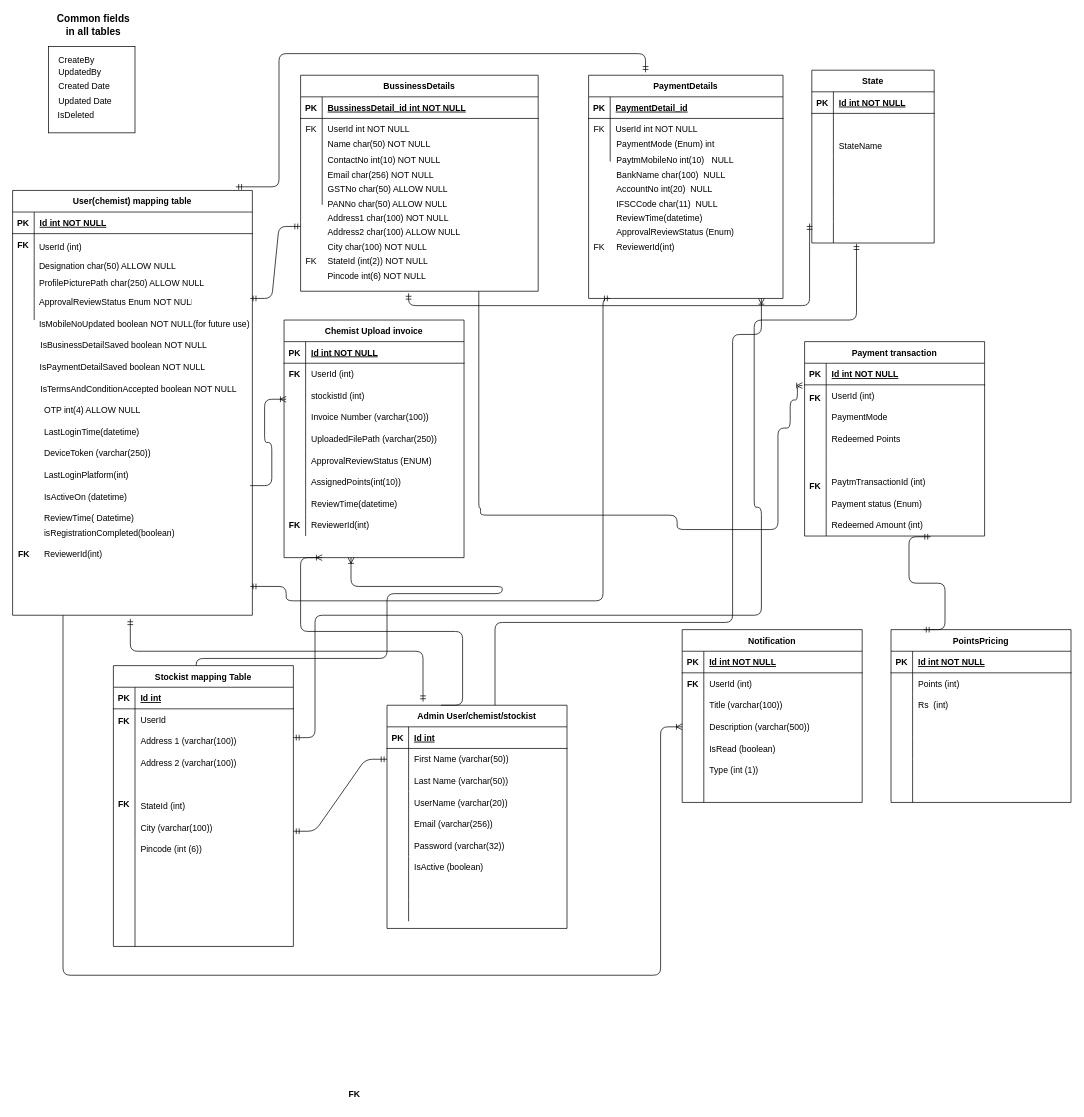
Earlier version of the draw.io diagram ProfitorERD.drawio (NirikshaSoni/TestProject). Source tidied: cells renumbered, new cells numbered last; positions are measured from the earlier drawing's top-left corner, leaving out a move shared by most shapes. Both pictures are drawn from the tidied source at 72%, with x=0, y=0 at pixel (12, 17).
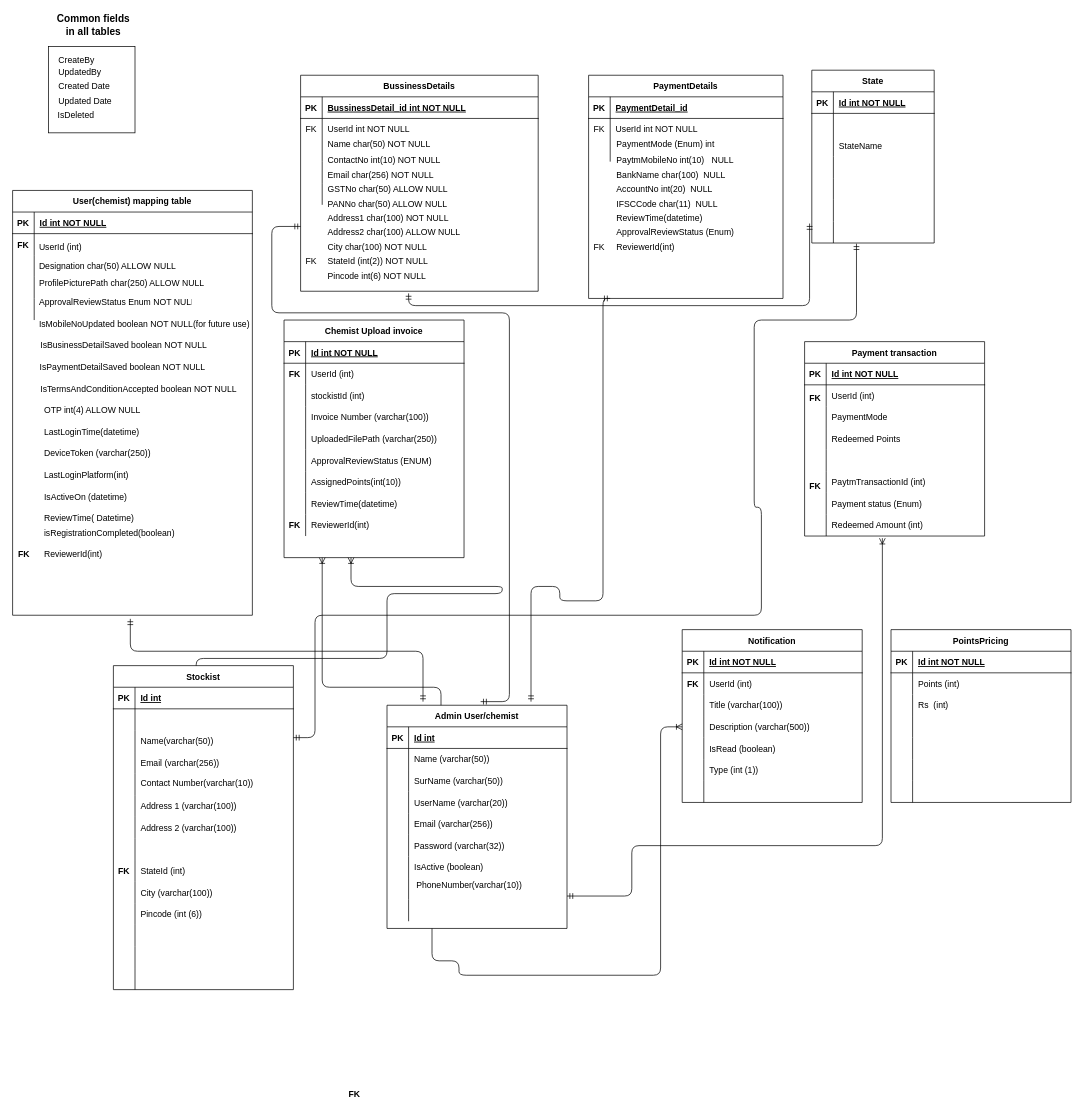
Above is the later version.

Unchanged cells that the change refers to:
```xml
<mxCell id="7" style="shape=partialRectangle;fillColor=none;points=[[0,0.5],[1,0.5]];portConstraint=eastwest;top=0;left=0;right=0;bottom=0;" parent="3" vertex="1">
  <mxGeometry y="60" width="250" height="30" as="geometry" />
</mxCell>
<mxCell id="10" style="shape=partialRectangle;fillColor=none;top=0;left=0;right=0;bottom=0;" parent="3" vertex="1">
  <mxGeometry y="90" width="250" height="30" as="geometry" />
</mxCell>
<mxCell id="64" style="shape=partialRectangle;fillColor=none;points=[[0,0.5],[1,0.5]];portConstraint=eastwest;top=0;left=0;right=0;bottom=0;" parent="60" vertex="1">
  <mxGeometry y="60" width="250" height="30" as="geometry" />
</mxCell>
<mxCell id="82" style="shape=partialRectangle;fillColor=none;points=[[0,0.5],[1,0.5]];portConstraint=eastwest;top=0;left=0;right=0;bottom=0;" parent="60" vertex="1">
  <mxGeometry y="240" width="250" height="30" as="geometry" />
</mxCell>
<mxCell id="95" style="shape=partialRectangle;fillColor=none;points=[[0,0.5],[1,0.5]];portConstraint=eastwest;top=0;left=0;right=0;bottom=0;" parent="85" vertex="1">
  <mxGeometry y="120" width="250" height="30" as="geometry" />
</mxCell>
<mxCell id="153" value="BussinessDetails" style="shape=table;startSize=30;childLayout=tableLayout;rowLines=0;fontStyle=1;align=center;" parent="1" vertex="1">
  <mxGeometry x="400" y="80" width="330" height="300" as="geometry" />
</mxCell>
<mxCell id="179" value="PaymentDetails" style="shape=table;startSize=30;childLayout=tableLayout;rowLines=0;fontStyle=1;align=center;" parent="1" vertex="1">
  <mxGeometry x="800" y="80" width="270" height="310" as="geometry" />
</mxCell>
<mxCell id="252" style="shape=partialRectangle;fillColor=none;top=0;left=0;right=0;bottom=0;" parent="248" vertex="1">
  <mxGeometry y="60" width="250" height="30" as="geometry" />
</mxCell>
```

Change to the diagram source:
```diff
@@
-    <mxCell id="3" value="Admin User/chemist/stockist" style="shape=table;startSize=30;childLayout=tableLayout;rowLines=0;fontStyle=1;align=center;" parent="1" vertex="1">
+    <mxCell id="3" value="Admin User/chemist" style="shape=table;startSize=30;childLayout=tableLayout;rowLines=0;fontStyle=1;align=center;" parent="1" vertex="1">
       <mxGeometry x="520" y="955" width="250" height="310" as="geometry" />
     </mxCell>
@@
-    <mxCell id="9" value="First Name (varchar(50))" style="shape=partialRectangle;overflow=hidden;fillColor=none;top=0;left=0;bottom=0;right=0;align=left;spacingLeft=6;" parent="7" vertex="1">
+    <mxCell id="9" value="Name (varchar(50))" style="shape=partialRectangle;overflow=hidden;fillColor=none;top=0;left=0;bottom=0;right=0;align=left;spacingLeft=6;" parent="7" vertex="1">
       <mxGeometry x="30" width="220" height="30" as="geometry" />
     </mxCell>
@@
-    <mxCell id="12" value="Last Name (varchar(50))" style="shape=partialRectangle;overflow=hidden;fillColor=none;top=0;left=0;bottom=0;right=0;align=left;spacingLeft=6;" parent="10" vertex="1">
+    <mxCell id="12" value="SurName (varchar(50))" style="shape=partialRectangle;overflow=hidden;fillColor=none;top=0;left=0;bottom=0;right=0;align=left;spacingLeft=6;" parent="10" vertex="1">
       <mxGeometry x="30" width="220" height="30" as="geometry" />
     </mxCell>
@@
-    <mxCell id="203" style="edgeStyle=entityRelationEdgeStyle;fontSize=12;html=1;endArrow=ERmandOne;startArrow=ERmandOne;" parent="1" edge="1">
+    <mxCell id="203" style="edgeStyle=orthogonalEdgeStyle;fontSize=12;html=1;endArrow=ERmandOne;startArrow=ERmandOne;" parent="1" edge="1">
       <mxGeometry relative="1" as="geometry">
-        <mxPoint x="330" y="390" as="sourcePoint" />
+        <mxPoint x="650" y="950" as="sourcePoint" />
         <mxPoint x="400" y="290" as="targetPoint" />
+        <Array as="points">
+          <mxPoint x="690" y="950" />
+          <mxPoint x="690" y="410" />
+          <mxPoint x="360" y="410" />
+          <mxPoint x="360" y="290" />
+        </Array>
       </mxGeometry>
     </mxCell>
-    <mxCell id="204" style="edgeStyle=orthogonalEdgeStyle;fontSize=12;html=1;endArrow=ERmandOne;startArrow=ERmandOne;entryX=0.293;entryY=-0.013;entryDx=0;entryDy=0;entryPerimeter=0;" parent="1" edge="1" target="179">
-      <mxGeometry relative="1" as="geometry">
-        <mxPoint x="310" y="235" as="sourcePoint" />
-        <Array as="points">
-          <mxPoint x="370" y="235" />
-          <mxPoint x="370" y="50" />
-          <mxPoint x="879" y="50" />
-        </Array>
-      </mxGeometry>
-    </mxCell>
-    <mxCell id="205" style="edgeStyle=entityRelationEdgeStyle;fontSize=12;html=1;endArrow=ERoneToMany;" parent="1" edge="1">
-      <mxGeometry relative="1" as="geometry">
-        <mxPoint x="330" y="650" as="sourcePoint" />
-        <mxPoint x="380" y="530" as="targetPoint" />
-      </mxGeometry>
-    </mxCell>
@@
-    <mxCell id="207" style="edgeStyle=orthogonalEdgeStyle;fontSize=12;html=1;endArrow=ERoneToMany;exitX=0.75;exitY=1;exitDx=0;exitDy=0;entryX=-0.012;entryY=0.033;entryDx=0;entryDy=0;entryPerimeter=0;" parent="1" edge="1" source="153" target="64">
-      <mxGeometry relative="1" as="geometry">
-        <Array as="points">
-          <mxPoint x="648" y="681" />
-          <mxPoint x="650" y="681" />
-          <mxPoint x="650" y="691" />
-          <mxPoint x="923" y="691" />
-          <mxPoint x="923" y="711" />
-          <mxPoint x="1063" y="711" />
-          <mxPoint x="1063" y="570" />
-          <mxPoint x="1080" y="570" />
-          <mxPoint x="1080" y="531" />
-          <mxPoint x="1090" y="531" />
-          <mxPoint x="1090" y="511" />
-        </Array>
-      </mxGeometry>
-    </mxCell>
@@
-    <mxCell id="214" style="edgeStyle=orthogonalEdgeStyle;fontSize=12;html=1;endArrow=ERoneToMany;entryX=0;entryY=0.5;entryDx=0;entryDy=0;" parent="1" edge="1" target="95">
+    <mxCell id="214" style="edgeStyle=orthogonalEdgeStyle;fontSize=12;html=1;endArrow=ERoneToMany;entryX=0;entryY=0.5;entryDx=0;entryDy=0;exitX=0.25;exitY=1;exitDx=0;exitDy=0;" parent="1" edge="1" source="3" target="95">
       <mxGeometry relative="1" as="geometry">
-        <mxPoint x="70" y="830" as="sourcePoint" />
         <Array as="points">
-          <mxPoint x="70" y="1330" />
+          <mxPoint x="583" y="1310" />
+          <mxPoint x="620" y="1310" />
+          <mxPoint x="620" y="1330" />
           <mxPoint x="900" y="1330" />
           <mxPoint x="900" y="985" />
         </Array>
       </mxGeometry>
     </mxCell>
@@
     <mxCell id="218" style="edgeStyle=orthogonalEdgeStyle;fontSize=12;html=1;endArrow=ERmandOne;startArrow=ERmandOne;" parent="1" edge="1">
       <mxGeometry relative="1" as="geometry">
-        <mxPoint x="330" y="790" as="sourcePoint" />
+        <mxPoint x="720" y="950" as="sourcePoint" />
         <mxPoint x="830" y="390" as="targetPoint" />
         <Array as="points">
-          <mxPoint x="380" y="790" />
-          <mxPoint x="380" y="810" />
+          <mxPoint x="720" y="790" />
+          <mxPoint x="760" y="790" />
+          <mxPoint x="760" y="810" />
           <mxPoint x="820" y="810" />
+          <mxPoint x="820" y="390" />
         </Array>
       </mxGeometry>
     </mxCell>
-    <mxCell id="219" style="edgeStyle=entityRelationEdgeStyle;fontSize=12;html=1;endArrow=ERoneToMany;" parent="1" edge="1">
+    <mxCell id="219" style="edgeStyle=orthogonalEdgeStyle;fontSize=12;html=1;endArrow=ERoneToMany;" parent="1" edge="1">
       <mxGeometry relative="1" as="geometry">
         <mxPoint x="595" y="955" as="sourcePoint" />
         <mxPoint x="430" y="750" as="targetPoint" />
+        <Array as="points">
+          <mxPoint x="595" y="930" />
+          <mxPoint x="430" y="930" />
+        </Array>
       </mxGeometry>
     </mxCell>
-    <mxCell id="220" style="edgeStyle=orthogonalEdgeStyle;fontSize=12;html=1;endArrow=ERoneToMany;" parent="1" edge="1">
-      <mxGeometry relative="1" as="geometry">
-        <mxPoint x="670" y="955" as="sourcePoint" />
-        <mxPoint x="1040" y="390" as="targetPoint" />
-        <Array as="points">
-          <mxPoint x="670" y="840" />
-          <mxPoint x="1000" y="840" />
-          <mxPoint x="1000" y="440" />
-          <mxPoint x="1040" y="440" />
-        </Array>
-      </mxGeometry>
-    </mxCell>
@@
-    <mxCell id="244" style="edgeStyle=entityRelationEdgeStyle;fontSize=12;html=1;endArrow=ERmandOne;startArrow=ERmandOne;entryX=0.7;entryY=1.033;entryDx=0;entryDy=0;entryPerimeter=0;" parent="1" edge="1" target="82">
-      <mxGeometry relative="1" as="geometry">
-        <mxPoint x="1265" y="850" as="sourcePoint" />
-      </mxGeometry>
-    </mxCell>
@@
-    <mxCell id="248" value="Stockist mapping Table" style="shape=table;startSize=30;childLayout=tableLayout;rowLines=0;fontStyle=1;align=center;" parent="1" vertex="1">
-      <mxGeometry x="140" y="900" width="250" height="390" as="geometry" />
+    <mxCell id="248" value="Stockist" style="shape=table;startSize=30;childLayout=tableLayout;rowLines=0;fontStyle=1;align=center;" parent="1" vertex="1">
+      <mxGeometry x="140" y="900" width="250" height="450" as="geometry" />
     </mxCell>
@@
-    <mxCell id="254" value="UserId" style="shape=partialRectangle;overflow=hidden;fillColor=none;top=0;left=0;bottom=0;right=0;align=left;spacingLeft=6;" parent="252" vertex="1">
+    <mxCell id="254" style="shape=partialRectangle;overflow=hidden;fillColor=none;top=0;left=0;bottom=0;right=0;align=left;spacingLeft=6;" parent="252" vertex="1">
       <mxGeometry x="30" width="220" height="30" as="geometry" />
     </mxCell>
+    <mxCell id="295" style="shape=partialRectangle;fillColor=none;top=0;left=0;right=0;bottom=0;" parent="248" vertex="1">
+      <mxGeometry y="90" width="250" height="30" as="geometry" />
+    </mxCell>
+    <mxCell id="296" style="shape=partialRectangle;overflow=hidden;fillColor=none;top=0;left=0;bottom=0;right=0;" parent="295" vertex="1">
+      <mxGeometry width="30" height="30" as="geometry" />
+    </mxCell>
+    <mxCell id="297" value="Name(varchar(50))" style="shape=partialRectangle;overflow=hidden;fillColor=none;top=0;left=0;bottom=0;right=0;align=left;spacingLeft=6;" parent="295" vertex="1">
+      <mxGeometry x="30" width="220" height="30" as="geometry" />
+    </mxCell>
+    <mxCell id="261" style="shape=partialRectangle;fillColor=none;top=0;left=0;right=0;bottom=0;" parent="248" vertex="1">
+      <mxGeometry y="120" width="250" height="30" as="geometry" />
+    </mxCell>
+    <mxCell id="262" style="shape=partialRectangle;overflow=hidden;fillColor=none;top=0;left=0;bottom=0;right=0;" parent="261" vertex="1">
+      <mxGeometry width="30" height="30" as="geometry" />
+    </mxCell>
+    <mxCell id="263" style="shape=partialRectangle;overflow=hidden;fillColor=none;top=0;left=0;bottom=0;right=0;align=left;spacingLeft=6;" parent="261" vertex="1">
+      <mxGeometry x="30" width="220" height="30" as="geometry" />
+    </mxCell>
+    <mxCell id="273" style="shape=partialRectangle;fillColor=none;top=0;left=0;right=0;bottom=0;" parent="248" vertex="1">
+      <mxGeometry y="150" width="250" height="30" as="geometry" />
+    </mxCell>
+    <mxCell id="274" style="shape=partialRectangle;overflow=hidden;fillColor=none;top=0;left=0;bottom=0;right=0;" parent="273" vertex="1">
+      <mxGeometry width="30" height="30" as="geometry" />
+    </mxCell>
+    <mxCell id="275" style="shape=partialRectangle;overflow=hidden;fillColor=none;top=0;left=0;bottom=0;right=0;align=left;spacingLeft=6;" parent="273" vertex="1">
+      <mxGeometry x="30" width="220" height="30" as="geometry" />
+    </mxCell>
     <mxCell id="255" style="shape=partialRectangle;fillColor=none;top=0;left=0;right=0;bottom=0;" parent="248" vertex="1">
-      <mxGeometry y="90" width="250" height="30" as="geometry" />
+      <mxGeometry y="180" width="250" height="30" as="geometry" />
     </mxCell>
@@
     <mxCell id="258" style="shape=partialRectangle;fillColor=none;top=0;left=0;right=0;bottom=0;" parent="248" vertex="1">
-      <mxGeometry y="120" width="250" height="30" as="geometry" />
+      <mxGeometry y="210" width="250" height="30" as="geometry" />
     </mxCell>
@@
-    <mxCell id="261" style="shape=partialRectangle;fillColor=none;top=0;left=0;right=0;bottom=0;" parent="248" vertex="1">
-      <mxGeometry y="150" width="250" height="30" as="geometry" />
-    </mxCell>
-    <mxCell id="262" style="shape=partialRectangle;overflow=hidden;fillColor=none;top=0;left=0;bottom=0;right=0;" parent="261" vertex="1">
-      <mxGeometry width="30" height="30" as="geometry" />
-    </mxCell>
-    <mxCell id="263" style="shape=partialRectangle;overflow=hidden;fillColor=none;top=0;left=0;bottom=0;right=0;align=left;spacingLeft=6;" parent="261" vertex="1">
-      <mxGeometry x="30" width="220" height="30" as="geometry" />
-    </mxCell>
+    <mxCell id="276" style="shape=partialRectangle;fillColor=none;top=0;left=0;right=0;bottom=0;" parent="248" vertex="1">
+      <mxGeometry y="240" width="250" height="30" as="geometry" />
+    </mxCell>
+    <mxCell id="277" style="shape=partialRectangle;overflow=hidden;fillColor=none;top=0;left=0;bottom=0;right=0;" parent="276" vertex="1">
+      <mxGeometry width="30" height="30" as="geometry" />
+    </mxCell>
+    <mxCell id="278" style="shape=partialRectangle;overflow=hidden;fillColor=none;top=0;left=0;bottom=0;right=0;align=left;spacingLeft=6;" parent="276" vertex="1">
+      <mxGeometry x="30" width="220" height="30" as="geometry" />
+    </mxCell>
     <mxCell id="264" style="shape=partialRectangle;fillColor=none;top=0;left=0;right=0;bottom=0;" parent="248" vertex="1">
-      <mxGeometry y="180" width="250" height="30" as="geometry" />
+      <mxGeometry y="270" width="250" height="30" as="geometry" />
     </mxCell>
@@
     <mxCell id="267" style="shape=partialRectangle;fillColor=none;top=0;left=0;right=0;bottom=0;" parent="248" vertex="1">
-      <mxGeometry y="210" width="250" height="30" as="geometry" />
+      <mxGeometry y="300" width="250" height="30" as="geometry" />
     </mxCell>
@@
     <mxCell id="270" style="shape=partialRectangle;fillColor=none;top=0;left=0;right=0;bottom=0;" parent="248" vertex="1">
-      <mxGeometry y="240" width="250" height="30" as="geometry" />
+      <mxGeometry y="330" width="250" height="30" as="geometry" />
     </mxCell>
@@
-    <mxCell id="273" style="shape=partialRectangle;fillColor=none;top=0;left=0;right=0;bottom=0;" parent="248" vertex="1">
-      <mxGeometry y="270" width="250" height="30" as="geometry" />
-    </mxCell>
-    <mxCell id="274" style="shape=partialRectangle;overflow=hidden;fillColor=none;top=0;left=0;bottom=0;right=0;" parent="273" vertex="1">
-      <mxGeometry width="30" height="30" as="geometry" />
-    </mxCell>
-    <mxCell id="275" style="shape=partialRectangle;overflow=hidden;fillColor=none;top=0;left=0;bottom=0;right=0;align=left;spacingLeft=6;" parent="273" vertex="1">
-      <mxGeometry x="30" width="220" height="30" as="geometry" />
-    </mxCell>
-    <mxCell id="276" style="shape=partialRectangle;fillColor=none;top=0;left=0;right=0;bottom=0;" parent="248" vertex="1">
-      <mxGeometry y="300" width="250" height="30" as="geometry" />
-    </mxCell>
-    <mxCell id="277" style="shape=partialRectangle;overflow=hidden;fillColor=none;top=0;left=0;bottom=0;right=0;" parent="276" vertex="1">
-      <mxGeometry width="30" height="30" as="geometry" />
-    </mxCell>
-    <mxCell id="278" style="shape=partialRectangle;overflow=hidden;fillColor=none;top=0;left=0;bottom=0;right=0;align=left;spacingLeft=6;" parent="276" vertex="1">
-      <mxGeometry x="30" width="220" height="30" as="geometry" />
-    </mxCell>
     <mxCell id="279" style="shape=partialRectangle;fillColor=none;top=0;left=0;right=0;bottom=0;" parent="248" vertex="1">
-      <mxGeometry y="330" width="250" height="30" as="geometry" />
+      <mxGeometry y="360" width="250" height="30" as="geometry" />
     </mxCell>
@@
     <mxCell id="282" style="shape=partialRectangle;fillColor=none;top=0;left=0;right=0;bottom=0;" parent="248" vertex="1">
-      <mxGeometry y="360" width="250" height="30" as="geometry" />
+      <mxGeometry y="390" width="250" height="30" as="geometry" />
     </mxCell>
@@
+    <mxCell id="298" style="shape=partialRectangle;fillColor=none;top=0;left=0;right=0;bottom=0;" parent="248" vertex="1">
+      <mxGeometry y="420" width="250" height="30" as="geometry" />
+    </mxCell>
+    <mxCell id="299" style="shape=partialRectangle;overflow=hidden;fillColor=none;top=0;left=0;bottom=0;right=0;" parent="298" vertex="1">
+      <mxGeometry width="30" height="30" as="geometry" />
+    </mxCell>
+    <mxCell id="300" style="shape=partialRectangle;overflow=hidden;fillColor=none;top=0;left=0;bottom=0;right=0;align=left;spacingLeft=6;" parent="298" vertex="1">
+      <mxGeometry x="30" width="220" height="30" as="geometry" />
+    </mxCell>
@@
     <mxCell id="286" value="FK" style="shape=partialRectangle;overflow=hidden;fillColor=none;top=0;left=0;bottom=0;right=0;fontStyle=1;" parent="1" vertex="1">
-      <mxGeometry x="140" y="1077" width="30" height="30" as="geometry" />
+      <mxGeometry x="140" y="1170" width="30" height="30" as="geometry" />
     </mxCell>
@@
-    <mxCell id="288" value="FK" style="shape=partialRectangle;overflow=hidden;fillColor=none;top=0;left=0;bottom=0;right=0;fontStyle=1;" parent="1" vertex="1">
-      <mxGeometry x="140" y="962" width="30" height="30" as="geometry" />
-    </mxCell>
@@
-    <mxCell id="292" style="edgeStyle=entityRelationEdgeStyle;fontSize=12;html=1;endArrow=ERmandOne;startArrow=ERmandOne;entryX=0;entryY=0.5;entryDx=0;entryDy=0;" parent="1" edge="1" target="7">
-      <mxGeometry relative="1" as="geometry">
-        <mxPoint x="390" y="1130" as="sourcePoint" />
-      </mxGeometry>
-    </mxCell>
@@
+    <mxCell id="301" value="Email (varchar(256))" style="shape=partialRectangle;overflow=hidden;fillColor=none;top=0;left=0;bottom=0;right=0;align=left;spacingLeft=6;" parent="1" vertex="1">
+      <mxGeometry x="170" y="1020" width="220" height="30" as="geometry" />
+    </mxCell>
+    <mxCell id="302" value="Contact Number(varchar(10))" style="shape=partialRectangle;overflow=hidden;fillColor=none;top=0;left=0;bottom=0;right=0;align=left;spacingLeft=6;" parent="1" vertex="1">
+      <mxGeometry x="170" y="1047" width="220" height="30" as="geometry" />
+    </mxCell>
+    <mxCell id="303" value="PhoneNumber(varchar(10))" style="shape=partialRectangle;overflow=hidden;fillColor=none;top=0;left=0;bottom=0;right=0;align=left;spacingLeft=6;" parent="1" vertex="1">
+      <mxGeometry x="553" y="1190" width="197" height="30" as="geometry" />
+    </mxCell>
+    <mxCell id="304" style="edgeStyle=orthogonalEdgeStyle;fontSize=12;html=1;endArrow=ERoneToMany;startArrow=ERmandOne;entryX=0.432;entryY=1.1;entryDx=0;entryDy=0;entryPerimeter=0;" parent="1" edge="1" target="82">
+      <mxGeometry relative="1" as="geometry">
+        <mxPoint x="770" y="1220" as="sourcePoint" />
+        <Array as="points">
+          <mxPoint x="860" y="1220" />
+          <mxPoint x="860" y="1150" />
+          <mxPoint x="1208" y="1150" />
+        </Array>
+      </mxGeometry>
+    </mxCell>
```
